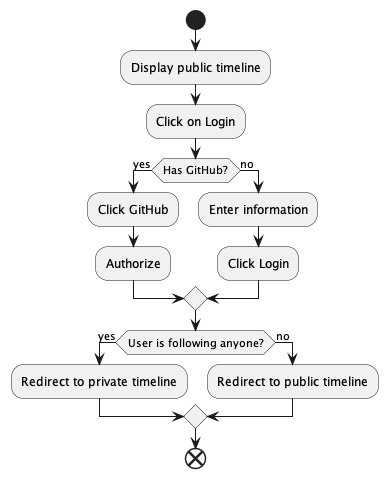
The PlantUML diagram docs/diagrams/ActivityDiagramLogin.png in ITU-BDSA23-GROUP9/Chirp, before a commit.
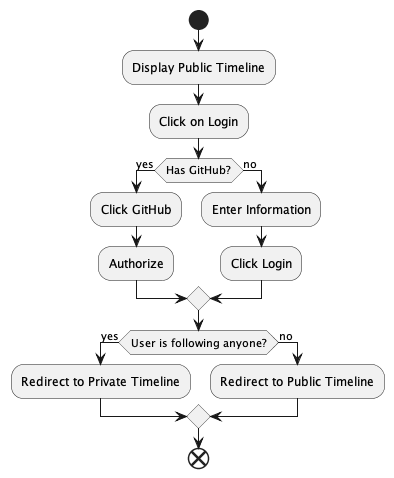
The same file after the commit.

Commit message:
Fix spelling in ActivityDiagramLogin

Change to the diagram source:
```diff
@@ -1,18 +1,18 @@
 @startuml
 start
-:Display public timeline;
+:Display Public Timeline;
 :Click on Login;
 if (Has GitHub?) then (yes)
     :Click GitHub;
     :Authorize;
 else (no)
-    :Enter information;
+    :Enter Information;
     :Click Login;
 endif
 if (User is following anyone?) then (yes)
-    :Redirect to private timeline;
+    :Redirect to Private Timeline;
     else (no)
-    :Redirect to public timeline;
+    :Redirect to Public Timeline;
     endif
 end
 @enduml
```
